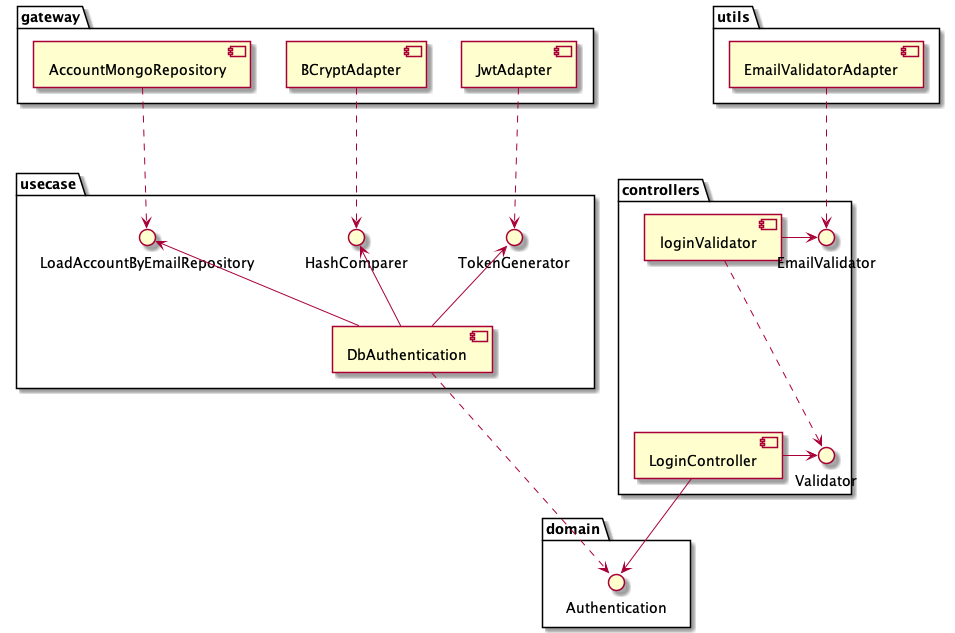
Earlier version of the PlantUML export docs/login.png (pcandido/ms-account).
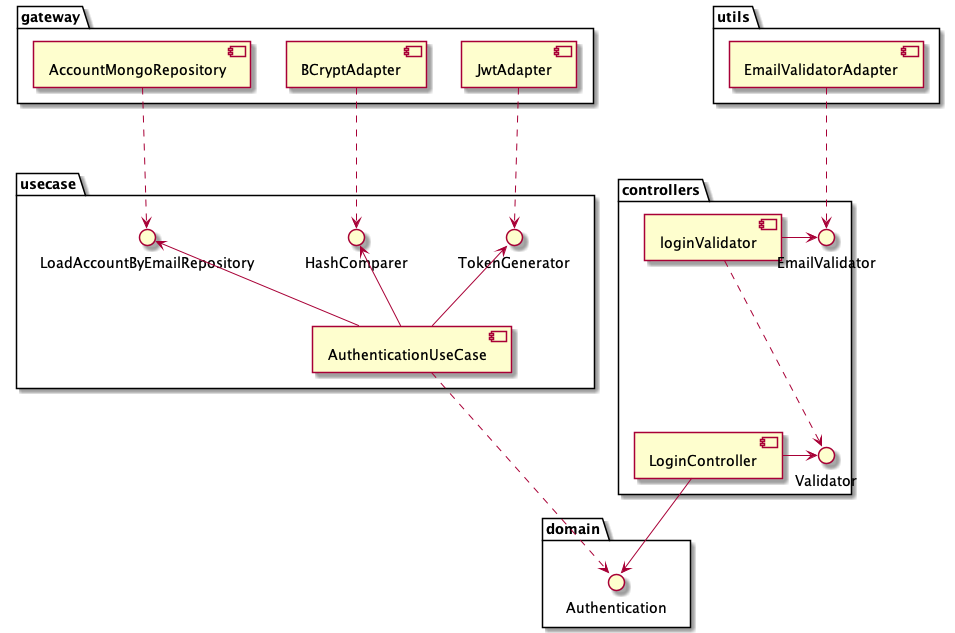
The same file after the commit.

The edit, as a diff of the source:
```diff
@@ -15,9 +15,9 @@
 }
 
 package usecase {
-    () LoadAccountByEmailRepository <-- [DbAuthentication]
-    () HashComparer <-- [DbAuthentication]
-    () TokenGenerator <-- [DbAuthentication]
+    () LoadAccountByEmailRepository <-- [AuthenticationUseCase]
+    () HashComparer <-- [AuthenticationUseCase]
+    () TokenGenerator <-- [AuthenticationUseCase]
 }
 
 package gateway {
@@ -28,7 +28,7 @@
 
 EmailValidatorAdapter -.-> EmailValidator
 LoginController --> Authentication
-DbAuthentication -.-> Authentication
+AuthenticationUseCase -.-> Authentication
 AccountMongoRepository -.-> LoadAccountByEmailRepository
 BCryptAdapter -.-> HashComparer
 JwtAdapter -.-> TokenGenerator
```
